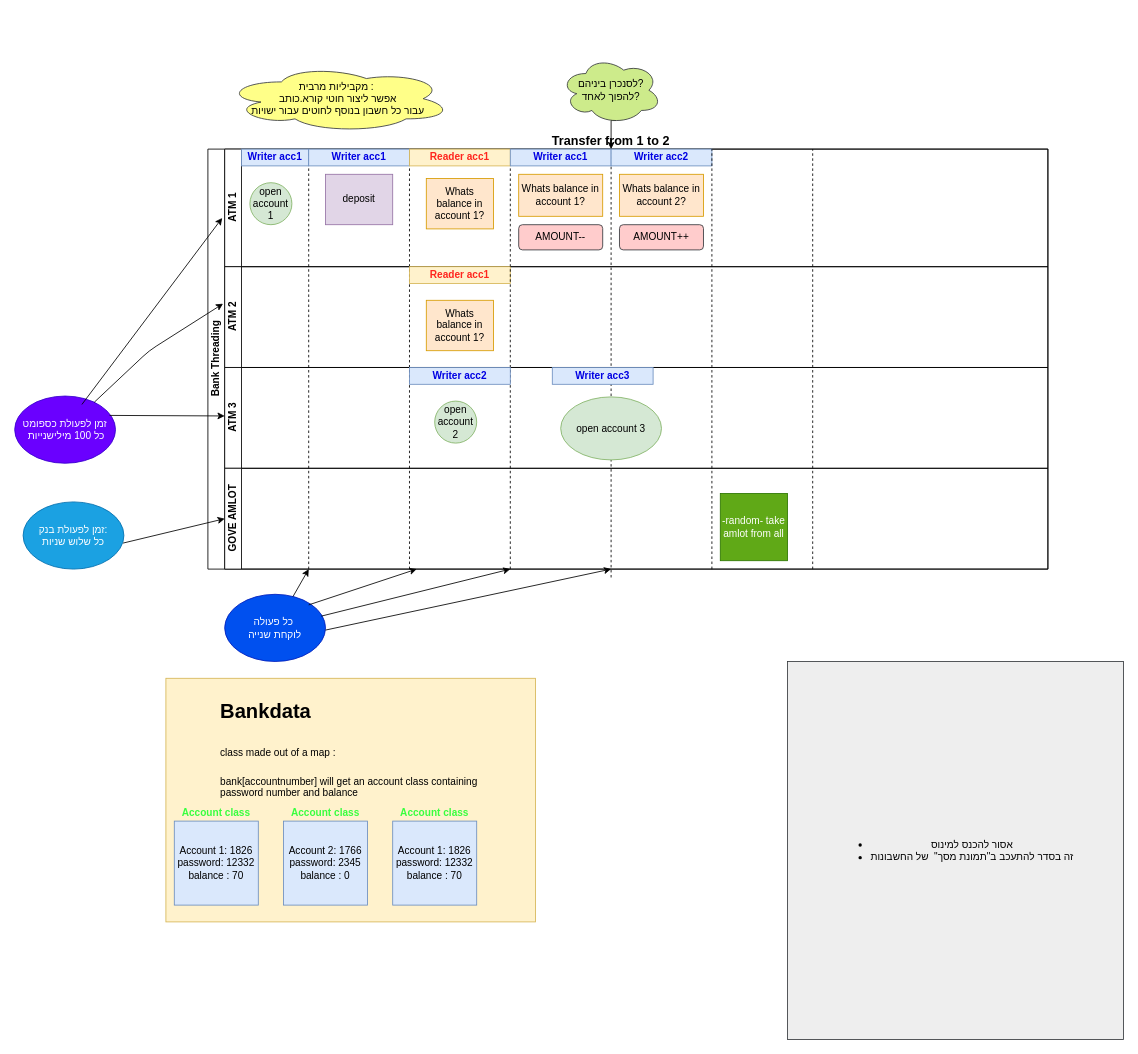
Before: bank.drawio in eladpar/bankThreads, a draw.io diagram. Source tidied: cells renumbered, new cells numbered last; positions are measured from the earlier drawing's top-left corner, leaving out a move shared by most shapes. Both pictures are drawn from the tidied source at 84%, with x=0, y=0 at pixel (14, 56).
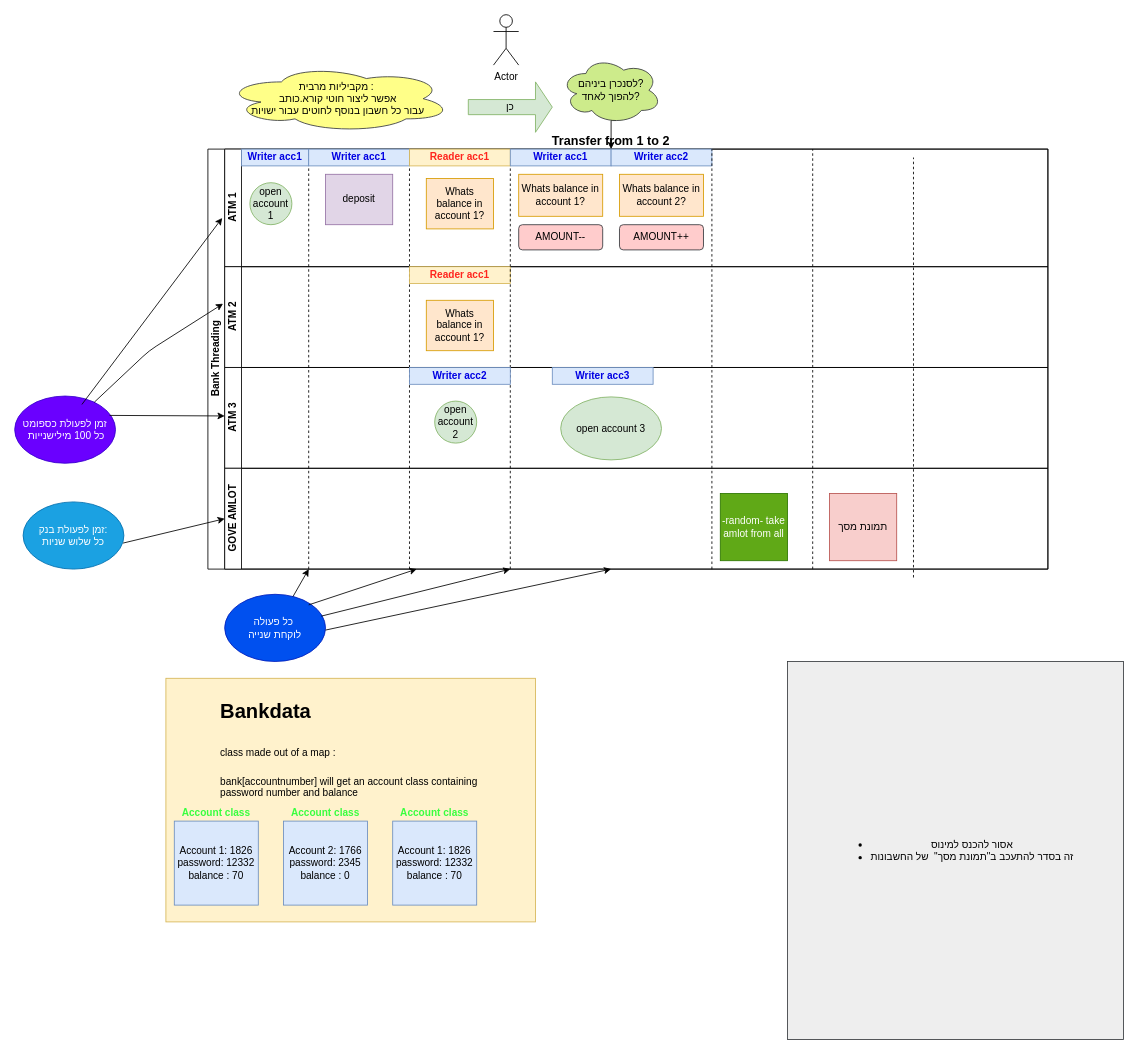
The same page after the edit.

Unchanged cells that the change refers to:
```xml
<mxCell id="3" value="ATM 1" style="swimlane;html=1;startSize=20;horizontal=0;" parent="2" vertex="1">
  <mxGeometry x="20" width="980" height="140" as="geometry" />
</mxCell>
<mxCell id="24" value="ATM 3" style="swimlane;html=1;startSize=20;horizontal=0;" parent="2" vertex="1">
  <mxGeometry x="20" y="260" width="980" height="120" as="geometry" />
</mxCell>
<mxCell id="30" value="GOVE AMLOT" style="swimlane;html=1;startSize=20;horizontal=0;" parent="2" vertex="1">
  <mxGeometry x="20" y="380" width="980" height="120" as="geometry" />
</mxCell>
```

The edit, as a diff of the source:
```diff
@@
-    <mxCell id="11" style="endArrow=none;dashed=1;html=1;" parent="3" edge="1">
-      <mxGeometry relative="1" as="geometry">
-        <mxPoint x="460" y="510" as="sourcePoint" />
-        <mxPoint x="460" as="targetPoint" />
-      </mxGeometry>
-    </mxCell>
@@
+    <mxCell id="56" style="endArrow=none;dashed=1;html=1;" parent="24" edge="1">
+      <mxGeometry relative="1" as="geometry">
+        <mxPoint x="820" y="250" as="sourcePoint" />
+        <mxPoint x="820" y="-250" as="targetPoint" />
+      </mxGeometry>
+    </mxCell>
@@
+    <mxCell id="57" value="תמונת מסך" style="whiteSpace=wrap;html=1;fillColor=#f8cecc;strokeColor=#b85450;" parent="30" vertex="1">
+      <mxGeometry x="720" y="30" width="80" height="80" as="geometry" />
+    </mxCell>
@@
+    <mxCell id="58" value="כן" style="shape=singleArrow;whiteSpace=wrap;html=1;fillColor=#d5e8d4;strokeColor=#82b366;" parent="1" vertex="1">
+      <mxGeometry x="540" y="30" width="100" height="60" as="geometry" />
+    </mxCell>
+    <mxCell id="59" value="Actor" style="shape=umlActor;verticalLabelPosition=bottom;verticalAlign=top;html=1;" parent="1" vertex="1">
+      <mxGeometry x="570" y="-50" width="30" height="60" as="geometry" />
+    </mxCell>
```
